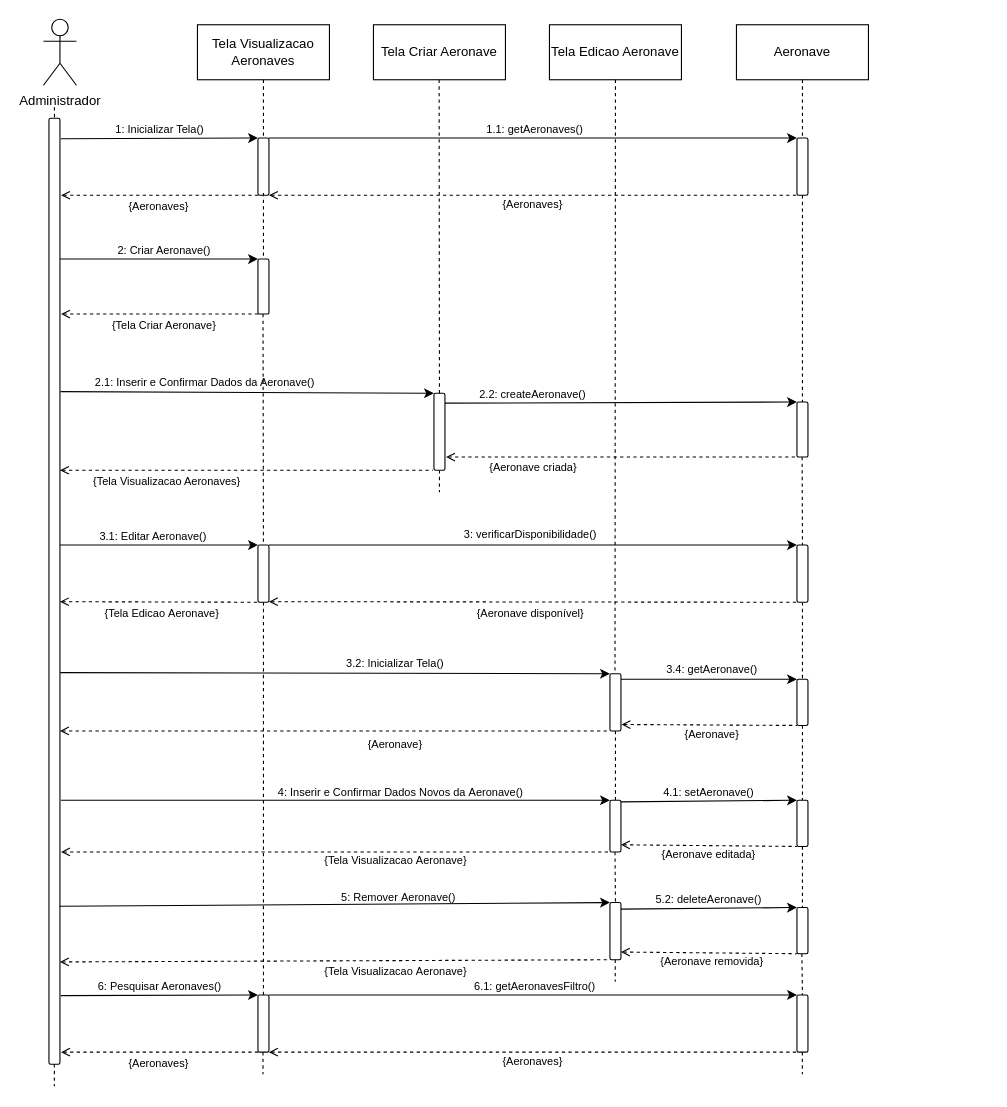
Earlier version of the draw.io diagram Diagramas/Eng_de_Software/Modelos/Sequencia/Manter_Aeronaves.drawio (GabrielGMori/trabalho-conclus-o-ano). Source tidied: cells renumbered, new cells numbered last; positions are measured from the earlier drawing's top-left corner, leaving out a move shared by most shapes. Both pictures are drawn from the tidied source at 110%, with x=0, y=0 at pixel (43, 19).
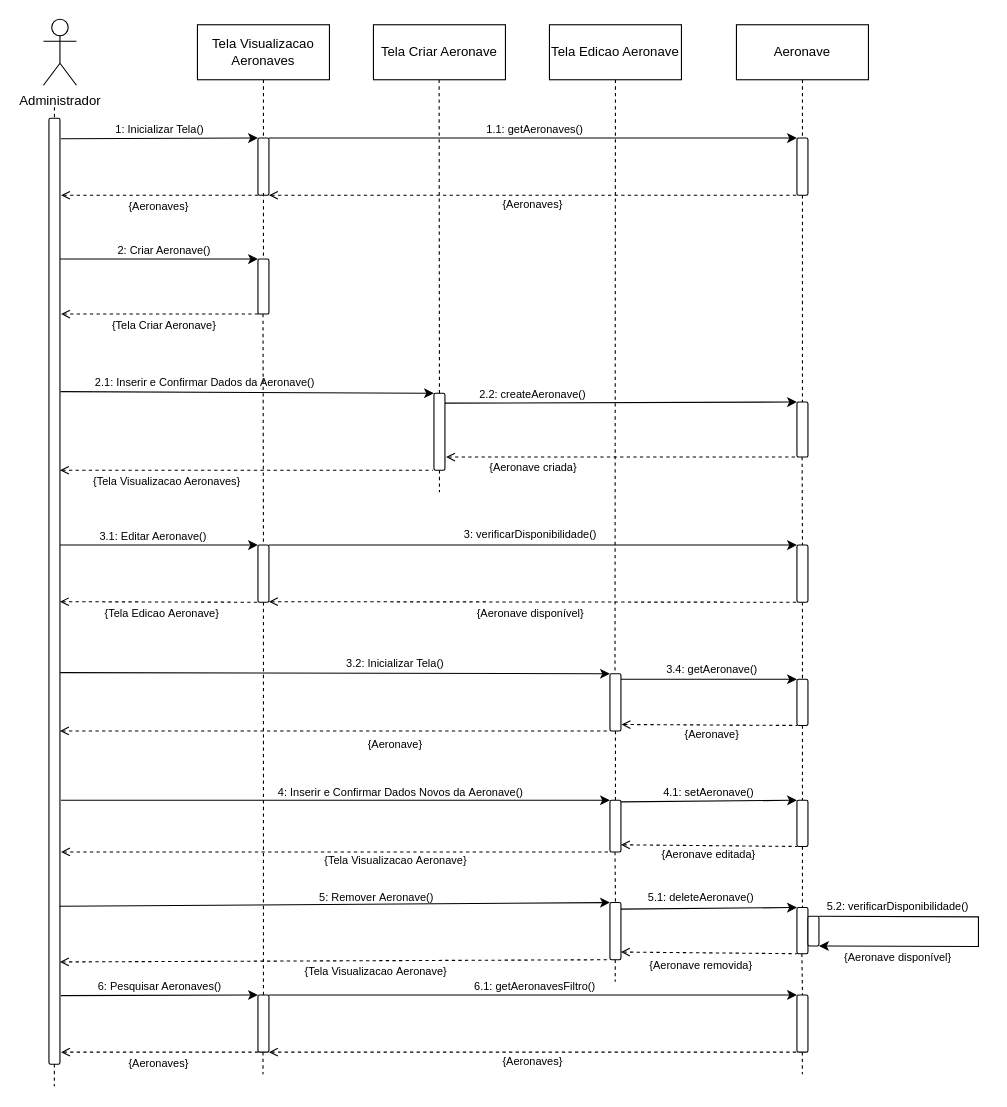
The same diagram, later.

Change to the diagram source:
```diff
@@
     <mxCell id="62" value="&lt;font&gt;5: Remover&amp;nbsp;&lt;/font&gt;&lt;font&gt;Aeronave&lt;/font&gt;&lt;font&gt;()&lt;/font&gt;" style="text;html=1;align=center;verticalAlign=middle;whiteSpace=wrap;rounded=0;fontSize=10;" parent="1" vertex="1">
-      <mxGeometry x="198" y="787.5" width="250" height="20" as="geometry" />
+      <mxGeometry x="177.5" y="787.5" width="250" height="20" as="geometry" />
     </mxCell>
@@
     <mxCell id="66" value="{Tela Visualizacao&amp;nbsp;&lt;font&gt;Aeronave&lt;/font&gt;}" style="text;html=1;align=center;verticalAlign=middle;whiteSpace=wrap;rounded=0;fontSize=10;" parent="1" vertex="1">
-      <mxGeometry x="222.5" y="855" width="195" height="20" as="geometry" />
+      <mxGeometry x="205" y="855" width="195" height="20" as="geometry" />
     </mxCell>
@@
-    <mxCell id="73" value="{&lt;font&gt;Aeronave&lt;/font&gt; removida}" style="text;html=1;align=center;verticalAlign=middle;whiteSpace=wrap;rounded=0;fontSize=10;" parent="1" vertex="1">
-      <mxGeometry x="543" y="845.5" width="130" height="20" as="geometry" />
-    </mxCell>
@@
-    <mxCell id="99" value="&lt;font&gt;5.2: delete&lt;/font&gt;&lt;font&gt;Aeronave&lt;/font&gt;&lt;font&gt;()&lt;/font&gt;" style="text;html=1;align=center;verticalAlign=middle;whiteSpace=wrap;rounded=0;fontSize=10;" parent="1" vertex="1">
-      <mxGeometry x="525" y="789.5" width="160" height="20" as="geometry" />
+    <mxCell id="99" value="&lt;font&gt;5.1: delete&lt;/font&gt;&lt;font&gt;Aeronave&lt;/font&gt;&lt;font&gt;()&lt;/font&gt;" style="text;html=1;align=center;verticalAlign=middle;whiteSpace=wrap;rounded=0;fontSize=10;" parent="1" vertex="1">
+      <mxGeometry x="517.5" y="787.5" width="160" height="20" as="geometry" />
     </mxCell>
@@
+    <mxCell id="105" style="rounded=1;whiteSpace=wrap;html=1;" parent="1" vertex="1">
+      <mxGeometry x="695" y="815.5" width="10" height="27" as="geometry" />
+    </mxCell>
+    <mxCell id="106" style="endArrow=classic;html=1;rounded=0;exitX=1;exitY=0;exitDx=0;exitDy=0;entryX=1;entryY=1;entryDx=0;entryDy=0;" parent="1" edge="1" source="105" target="105">
+      <mxGeometry relative="1" as="geometry">
+        <Array as="points">
+          <mxPoint x="850" y="816" />
+          <mxPoint x="850" y="843" />
+        </Array>
+      </mxGeometry>
+    </mxCell>
+    <mxCell id="107" value="&lt;font&gt;5.2: verificarDisponibilidade&lt;/font&gt;&lt;font&gt;()&lt;/font&gt;" style="text;html=1;align=center;verticalAlign=middle;whiteSpace=wrap;rounded=0;fontSize=10;" parent="1" vertex="1">
+      <mxGeometry x="697" y="795.5" width="160" height="20" as="geometry" />
+    </mxCell>
+    <mxCell id="73" value="{&lt;font&gt;Aeronave&lt;/font&gt; removida}" style="text;html=1;align=center;verticalAlign=middle;whiteSpace=wrap;rounded=0;fontSize=10;" parent="1" vertex="1">
+      <mxGeometry x="532.5" y="849.5" width="130" height="20" as="geometry" />
+    </mxCell>
+    <mxCell id="108" value="{&lt;font&gt;Aeronave&lt;/font&gt;&amp;nbsp;disponível}" style="text;html=1;align=center;verticalAlign=middle;whiteSpace=wrap;rounded=0;fontSize=10;" parent="1" vertex="1">
+      <mxGeometry x="712" y="842.5" width="130" height="20" as="geometry" />
+    </mxCell>
```
